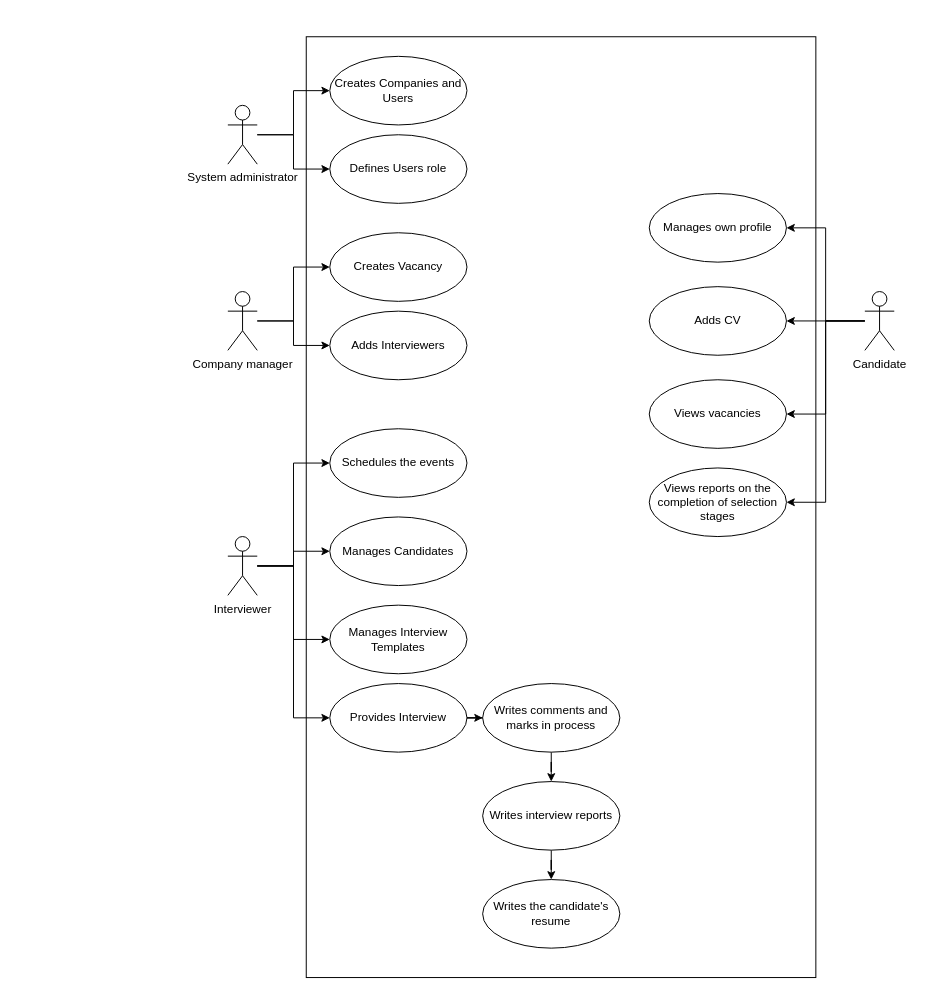
The draw.io diagram TheUse-CaseView.drawio in ilkuzmenko/uml-diagrams, before the edit. Source tidied: cells renumbered, new cells numbered last; positions are measured from the earlier drawing's top-left corner, leaving out a move shared by most shapes. Both pictures are drawn from the tidied source at 98%, with x=0, y=0 at pixel (227, 36).
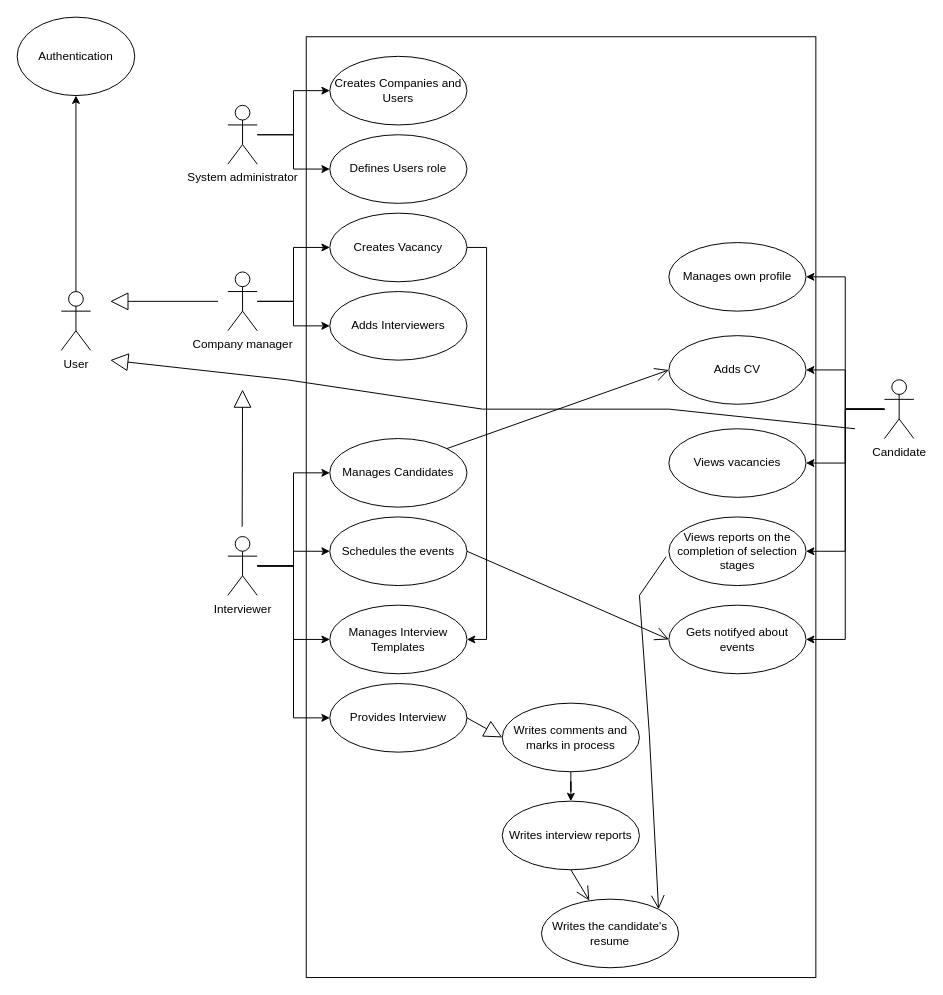
After the change.

The change refers to these unchanged cells:
```xml
<mxCell id="15" value="Manages Interview Templates" style="ellipse;whiteSpace=wrap;html=1;" parent="1" vertex="1">
  <mxGeometry x="104" y="580" width="140" height="70" as="geometry" />
</mxCell>
<mxCell id="25" value="Provides Interview" style="ellipse;whiteSpace=wrap;html=1;" parent="1" vertex="1">
  <mxGeometry x="104" y="660" width="140" height="70" as="geometry" />
</mxCell>
```

Change to the diagram source:
```diff
@@
     <mxCell id="5" value="Company manager" style="shape=umlActor;verticalLabelPosition=bottom;verticalAlign=top;html=1;outlineConnect=0;" parent="1" vertex="1">
-      <mxGeometry y="260" width="30" height="60" as="geometry" />
+      <mxGeometry y="240" width="30" height="60" as="geometry" />
     </mxCell>
@@
+    <mxCell id="37" style="edgeStyle=orthogonalEdgeStyle;rounded=0;jettySize=auto;html=1;entryX=1;entryY=0.5;entryDx=0;entryDy=0;" parent="1" edge="1" target="46">
+      <mxGeometry relative="1" as="geometry">
+        <mxPoint x="670" y="380" as="sourcePoint" />
+        <Array as="points">
+          <mxPoint x="670" y="380" />
+          <mxPoint x="630" y="380" />
+          <mxPoint x="630" y="615" />
+        </Array>
+      </mxGeometry>
+    </mxCell>
     <mxCell id="13" value="Candidate" style="shape=umlActor;verticalLabelPosition=bottom;verticalAlign=top;html=1;outlineConnect=0;" parent="1" vertex="1">
-      <mxGeometry x="650" y="260" width="30" height="60" as="geometry" />
+      <mxGeometry x="670" y="350" width="30" height="60" as="geometry" />
     </mxCell>
@@
+    <mxCell id="38" style="edgeStyle=orthogonalEdgeStyle;rounded=0;jettySize=auto;html=1;exitX=1;exitY=0.5;exitDx=0;exitDy=0;entryX=1;entryY=0.5;entryDx=0;entryDy=0;" parent="1" edge="1" source="21" target="15">
+      <mxGeometry relative="1" as="geometry" />
+    </mxCell>
     <mxCell id="21" value="Creates Vacancy" style="ellipse;whiteSpace=wrap;html=1;" parent="1" vertex="1">
-      <mxGeometry x="104" y="200" width="140" height="70" as="geometry" />
+      <mxGeometry x="104" y="180" width="140" height="70" as="geometry" />
     </mxCell>
     <mxCell id="22" value="Adds Interviewers" style="ellipse;whiteSpace=wrap;html=1;" parent="1" vertex="1">
-      <mxGeometry x="104" y="280" width="140" height="70" as="geometry" />
+      <mxGeometry x="104" y="260" width="140" height="70" as="geometry" />
     </mxCell>
     <mxCell id="23" value="Manages Candidates" style="ellipse;whiteSpace=wrap;html=1;" parent="1" vertex="1">
-      <mxGeometry x="104" y="490" width="140" height="70" as="geometry" />
+      <mxGeometry x="104" y="410" width="140" height="70" as="geometry" />
     </mxCell>
-    <mxCell id="24" style="edgeStyle=orthogonalEdgeStyle;rounded=0;jettySize=auto;html=1;" parent="1" edge="1" source="25" target="27">
-      <mxGeometry relative="1" as="geometry" />
-    </mxCell>
@@
     <mxCell id="27" value="Writes comments and marks in process" style="ellipse;whiteSpace=wrap;html=1;" parent="1" vertex="1">
-      <mxGeometry x="260" y="660" width="140" height="70" as="geometry" />
+      <mxGeometry x="280" y="680" width="140" height="70" as="geometry" />
     </mxCell>
-    <mxCell id="28" style="edgeStyle=orthogonalEdgeStyle;rounded=0;jettySize=auto;html=1;entryX=0.5;entryY=0;entryDx=0;entryDy=0;" parent="1" edge="1" source="29" target="30">
-      <mxGeometry relative="1" as="geometry" />
-    </mxCell>
     <mxCell id="29" value="Writes interview reports" style="ellipse;whiteSpace=wrap;html=1;" parent="1" vertex="1">
-      <mxGeometry x="260" y="760" width="140" height="70" as="geometry" />
+      <mxGeometry x="280" y="780" width="140" height="70" as="geometry" />
     </mxCell>
     <mxCell id="30" value="Writes the candidate's resume" style="ellipse;whiteSpace=wrap;html=1;" parent="1" vertex="1">
-      <mxGeometry x="260" y="860" width="140" height="70" as="geometry" />
+      <mxGeometry x="320" y="880" width="140" height="70" as="geometry" />
     </mxCell>
     <mxCell id="31" value="Manages own profile" style="ellipse;whiteSpace=wrap;html=1;" parent="1" vertex="1">
-      <mxGeometry x="430" y="160" width="140" height="70" as="geometry" />
+      <mxGeometry x="450" y="210" width="140" height="70" as="geometry" />
     </mxCell>
     <mxCell id="32" value="Adds CV" style="ellipse;whiteSpace=wrap;html=1;" parent="1" vertex="1">
-      <mxGeometry x="430" y="255" width="140" height="70" as="geometry" />
+      <mxGeometry x="450" y="305" width="140" height="70" as="geometry" />
     </mxCell>
     <mxCell id="33" value="Views vacancies" style="ellipse;whiteSpace=wrap;html=1;" parent="1" vertex="1">
-      <mxGeometry x="430" y="350" width="140" height="70" as="geometry" />
+      <mxGeometry x="450" y="400" width="140" height="70" as="geometry" />
     </mxCell>
     <mxCell id="34" value="Views reports on the completion of selection stages" style="ellipse;whiteSpace=wrap;html=1;" parent="1" vertex="1">
-      <mxGeometry x="430" y="440" width="140" height="70" as="geometry" />
+      <mxGeometry x="450" y="490" width="140" height="70" as="geometry" />
     </mxCell>
@@
     <mxCell id="36" value="Schedules&amp;nbsp;the events" style="ellipse;whiteSpace=wrap;html=1;" parent="1" vertex="1">
-      <mxGeometry x="104" y="400" width="140" height="70" as="geometry" />
+      <mxGeometry x="104" y="490" width="140" height="70" as="geometry" />
     </mxCell>
+    <mxCell id="39" style="edgeStyle=orthogonalEdgeStyle;rounded=0;jettySize=auto;html=1;entryX=0.5;entryY=1;entryDx=0;entryDy=0;" parent="1" edge="1" source="40" target="41">
+      <mxGeometry relative="1" as="geometry" />
+    </mxCell>
+    <mxCell id="40" value="User" style="shape=umlActor;verticalLabelPosition=bottom;verticalAlign=top;html=1;outlineConnect=0;" parent="1" vertex="1">
+      <mxGeometry x="-170" y="260" width="30" height="60" as="geometry" />
+    </mxCell>
+    <mxCell id="41" value="Authentication" style="ellipse;whiteSpace=wrap;html=1;" parent="1" vertex="1">
+      <mxGeometry x="-215" y="-20" width="120" height="80" as="geometry" />
+    </mxCell>
+    <mxCell id="42" style="endArrow=block;endSize=16;endFill=0;html=1;rounded=0;" parent="1" edge="1">
+      <mxGeometry relative="1" as="geometry">
+        <mxPoint x="-10" y="270" as="sourcePoint" />
+        <mxPoint x="-120" y="270" as="targetPoint" />
+      </mxGeometry>
+    </mxCell>
+    <mxCell id="43" style="endArrow=block;endSize=16;endFill=0;html=1;rounded=0;" parent="1" edge="1">
+      <mxGeometry relative="1" as="geometry">
+        <mxPoint x="14.6" y="500" as="sourcePoint" />
+        <mxPoint x="15" y="360" as="targetPoint" />
+      </mxGeometry>
+    </mxCell>
+    <mxCell id="44" style="endArrow=block;endSize=16;endFill=0;html=1;rounded=0;" parent="1" edge="1">
+      <mxGeometry relative="1" as="geometry">
+        <mxPoint x="640" y="400" as="sourcePoint" />
+        <mxPoint x="-120" y="330" as="targetPoint" />
+        <Array as="points">
+          <mxPoint x="450" y="380" />
+          <mxPoint x="260" y="380" />
+          <mxPoint x="60" y="350" />
+        </Array>
+      </mxGeometry>
+    </mxCell>
+    <mxCell id="45" style="endArrow=open;endFill=1;endSize=12;html=1;rounded=0;entryX=0;entryY=0.5;entryDx=0;entryDy=0;exitX=1;exitY=0;exitDx=0;exitDy=0;" parent="1" edge="1" source="23" target="32">
+      <mxGeometry relative="1" as="geometry" />
+    </mxCell>
+    <mxCell id="46" value="Gets notifyed about events" style="ellipse;whiteSpace=wrap;html=1;" parent="1" vertex="1">
+      <mxGeometry x="450" y="580" width="140" height="70" as="geometry" />
+    </mxCell>
+    <mxCell id="47" style="endArrow=open;endFill=1;endSize=12;html=1;rounded=0;entryX=0;entryY=0.5;entryDx=0;entryDy=0;exitX=1;exitY=0.5;exitDx=0;exitDy=0;" parent="1" edge="1" source="36" target="46">
+      <mxGeometry relative="1" as="geometry" />
+    </mxCell>
+    <mxCell id="24" style="endArrow=block;endSize=16;endFill=0;html=1;rounded=0;entryX=0;entryY=0.5;entryDx=0;entryDy=0;exitX=1;exitY=0.5;exitDx=0;exitDy=0;" parent="1" edge="1" source="25" target="27">
+      <mxGeometry relative="1" as="geometry" />
+    </mxCell>
+    <mxCell id="48" style="endArrow=open;endFill=1;endSize=12;html=1;rounded=0;exitX=-0.02;exitY=0.581;exitDx=0;exitDy=0;exitPerimeter=0;entryX=1;entryY=0;entryDx=0;entryDy=0;" parent="1" edge="1" source="34" target="30">
+      <mxGeometry relative="1" as="geometry">
+        <Array as="points">
+          <mxPoint x="420" y="570" />
+          <mxPoint x="430" y="710" />
+        </Array>
+      </mxGeometry>
+    </mxCell>
+    <mxCell id="28" style="endArrow=open;endFill=1;endSize=12;html=1;rounded=0;exitX=0.5;exitY=1;exitDx=0;exitDy=0;entryX=0.349;entryY=0.021;entryDx=0;entryDy=0;entryPerimeter=0;" parent="1" edge="1" source="29" target="30">
+      <mxGeometry relative="1" as="geometry" />
+    </mxCell>
```
